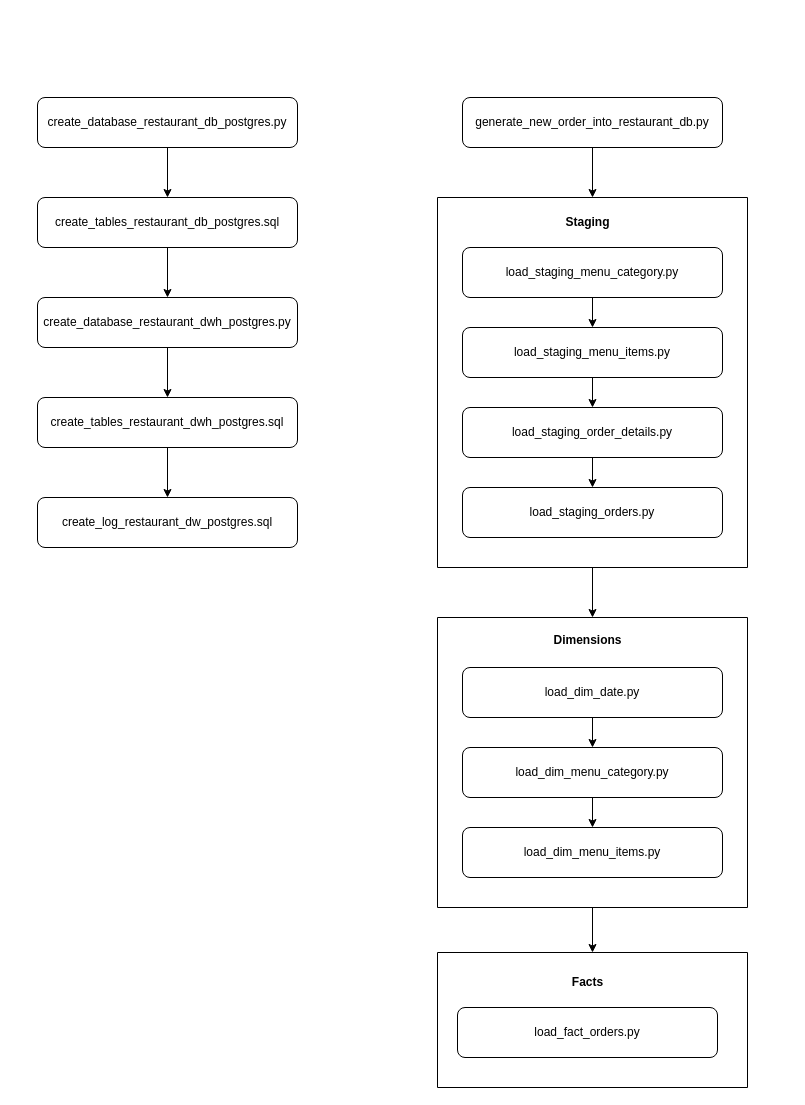
The draw.io diagram Flow_v1.drawio in rviktoria/restaurant-dwh, before the edit. Source tidied: cells renumbered, new cells numbered last; positions are measured from the earlier drawing's top-left corner, leaving out a move shared by most shapes. Both pictures are drawn from the tidied source at 100%, with x=0, y=0 at pixel (37, 97).
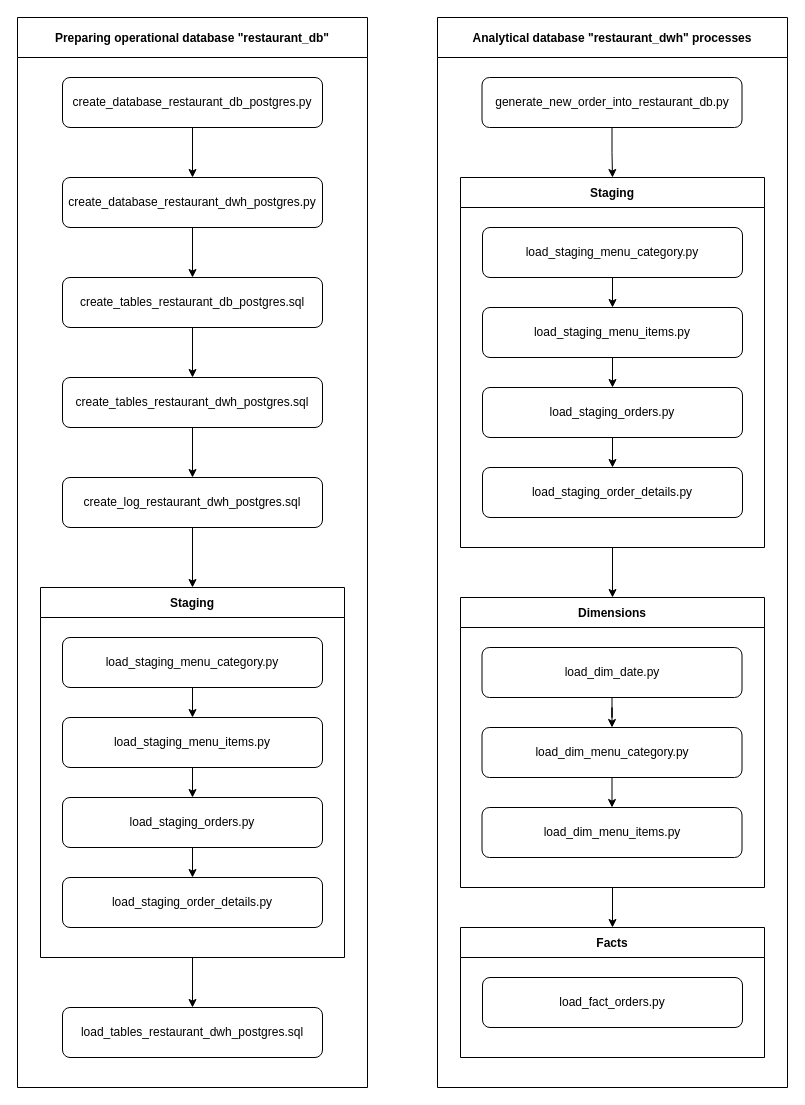
The same diagram, later.

What changed in the source:
```diff
@@
-    <mxCell id="2" style="edgeStyle=orthogonalEdgeStyle;rounded=0;jettySize=auto;html=1;entryX=0.5;entryY=0;entryDx=0;entryDy=0;" parent="1" edge="1" source="3" target="14">
-      <mxGeometry relative="1" as="geometry" />
-    </mxCell>
+    <mxCell id="34" value="Preparing operational database &quot;restaurant_db&quot;" style="swimlane;startSize=40;" parent="1" vertex="1">
+      <mxGeometry x="-20" y="-80" width="350" height="1070" as="geometry" />
+    </mxCell>
+    <mxCell id="35" style="edgeStyle=orthogonalEdgeStyle;rounded=0;jettySize=auto;html=1;entryX=0.5;entryY=0;entryDx=0;entryDy=0;" parent="34" edge="1" source="5" target="7">
+      <mxGeometry relative="1" as="geometry" />
+    </mxCell>
+    <mxCell id="5" value="create_database_restaurant_db_postgres.py" style="rounded=1;whiteSpace=wrap;html=1;" parent="34" vertex="1">
+      <mxGeometry x="45" y="60" width="260" height="50" as="geometry" />
+    </mxCell>
+    <mxCell id="36" style="edgeStyle=orthogonalEdgeStyle;rounded=0;jettySize=auto;html=1;" parent="34" edge="1" source="9" target="11">
+      <mxGeometry relative="1" as="geometry" />
+    </mxCell>
+    <mxCell id="9" value="create_tables_restaurant_db_postgres.sql" style="rounded=1;whiteSpace=wrap;html=1;" parent="34" vertex="1">
+      <mxGeometry x="45" y="260" width="260" height="50" as="geometry" />
+    </mxCell>
+    <mxCell id="37" style="edgeStyle=orthogonalEdgeStyle;rounded=0;jettySize=auto;html=1;" parent="34" edge="1" source="7" target="9">
+      <mxGeometry relative="1" as="geometry" />
+    </mxCell>
+    <mxCell id="7" value="create_database_restaurant_dwh_postgres.py" style="rounded=1;whiteSpace=wrap;html=1;" parent="34" vertex="1">
+      <mxGeometry x="45" y="160" width="260" height="50" as="geometry" />
+    </mxCell>
+    <mxCell id="38" style="edgeStyle=orthogonalEdgeStyle;rounded=0;jettySize=auto;html=1;entryX=0.5;entryY=0;entryDx=0;entryDy=0;" parent="34" edge="1" source="11" target="40">
+      <mxGeometry relative="1" as="geometry" />
+    </mxCell>
+    <mxCell id="11" value="create_tables_restaurant_dwh_postgres.sql" style="rounded=1;whiteSpace=wrap;html=1;" parent="34" vertex="1">
+      <mxGeometry x="45" y="360" width="260" height="50" as="geometry" />
+    </mxCell>
+    <mxCell id="39" style="edgeStyle=orthogonalEdgeStyle;rounded=0;jettySize=auto;html=1;entryX=0.5;entryY=0;entryDx=0;entryDy=0;" parent="34" edge="1" source="40" target="43">
+      <mxGeometry relative="1" as="geometry" />
+    </mxCell>
+    <mxCell id="40" value="create_log_restaurant_dwh_postgres.sql" style="rounded=1;whiteSpace=wrap;html=1;" parent="34" vertex="1">
+      <mxGeometry x="45" y="460" width="260" height="50" as="geometry" />
+    </mxCell>
+    <mxCell id="41" value="load_tables_restaurant_dwh_postgres.sql" style="rounded=1;whiteSpace=wrap;html=1;" parent="34" vertex="1">
+      <mxGeometry x="45" y="990" width="260" height="50" as="geometry" />
+    </mxCell>
+    <mxCell id="42" style="edgeStyle=orthogonalEdgeStyle;rounded=0;jettySize=auto;html=1;entryX=0.5;entryY=0;entryDx=0;entryDy=0;" parent="34" edge="1" source="43" target="41">
+      <mxGeometry relative="1" as="geometry" />
+    </mxCell>
+    <mxCell id="43" value="Staging" style="swimlane;startSize=30;" parent="34" vertex="1">
+      <mxGeometry x="23" y="570" width="304" height="370" as="geometry" />
+    </mxCell>
+    <mxCell id="44" style="edgeStyle=orthogonalEdgeStyle;rounded=0;jettySize=auto;html=1;entryX=0.5;entryY=0;entryDx=0;entryDy=0;" parent="43" edge="1" source="45" target="47">
+      <mxGeometry relative="1" as="geometry" />
+    </mxCell>
+    <mxCell id="45" value="load_staging_menu_category.py" style="rounded=1;whiteSpace=wrap;html=1;" parent="43" vertex="1">
+      <mxGeometry x="22" y="50" width="260" height="50" as="geometry" />
+    </mxCell>
+    <mxCell id="46" style="edgeStyle=orthogonalEdgeStyle;rounded=0;jettySize=auto;html=1;exitX=0.5;exitY=1;exitDx=0;exitDy=0;entryX=0.5;entryY=0;entryDx=0;entryDy=0;" parent="43" edge="1" source="47" target="49">
+      <mxGeometry relative="1" as="geometry" />
+    </mxCell>
+    <mxCell id="47" value="load_staging_menu_items.py" style="rounded=1;whiteSpace=wrap;html=1;" parent="43" vertex="1">
+      <mxGeometry x="22" y="130" width="260" height="50" as="geometry" />
+    </mxCell>
+    <mxCell id="48" style="edgeStyle=orthogonalEdgeStyle;rounded=0;jettySize=auto;html=1;exitX=0.5;exitY=1;exitDx=0;exitDy=0;entryX=0.5;entryY=0;entryDx=0;entryDy=0;" parent="43" edge="1" source="49" target="50">
+      <mxGeometry relative="1" as="geometry" />
+    </mxCell>
+    <mxCell id="49" value="load_staging_order&lt;span style=&quot;background-color: initial;&quot;&gt;s.py&lt;/span&gt;" style="rounded=1;whiteSpace=wrap;html=1;" parent="43" vertex="1">
+      <mxGeometry x="22" y="210" width="260" height="50" as="geometry" />
+    </mxCell>
+    <mxCell id="50" value="load_staging_order_details.py" style="rounded=1;whiteSpace=wrap;html=1;" parent="43" vertex="1">
+      <mxGeometry x="22" y="290" width="260" height="50" as="geometry" />
+    </mxCell>
+    <mxCell id="51" value="Analytical database &quot;restaurant_dwh&quot; processes" style="swimlane;startSize=40;" parent="1" vertex="1">
+      <mxGeometry x="400" y="-80" width="350" height="1070" as="geometry" />
+    </mxCell>
+    <mxCell id="52" style="edgeStyle=orthogonalEdgeStyle;rounded=0;jettySize=auto;html=1;entryX=0.5;entryY=0;entryDx=0;entryDy=0;" parent="51" edge="1" source="3" target="54">
+      <mxGeometry relative="1" as="geometry" />
+    </mxCell>
-    <mxCell id="3" value="generate_new_order_into_restaurant_db.py" style="rounded=1;whiteSpace=wrap;html=1;" parent="1" vertex="1">
-      <mxGeometry x="425" width="260" height="50" as="geometry" />
+    <mxCell id="3" value="generate_new_order_into_restaurant_db.py" style="rounded=1;whiteSpace=wrap;html=1;" parent="51" vertex="1">
+      <mxGeometry x="44.5" y="60" width="260" height="50" as="geometry" />
     </mxCell>
-    <mxCell id="4" style="edgeStyle=orthogonalEdgeStyle;rounded=0;jettySize=auto;html=1;entryX=0.5;entryY=0;entryDx=0;entryDy=0;" parent="1" edge="1" source="5" target="9">
-      <mxGeometry relative="1" as="geometry" />
-    </mxCell>
-    <mxCell id="5" value="create_database_restaurant_db_postgres.py" style="rounded=1;whiteSpace=wrap;html=1;" parent="1" vertex="1">
-      <mxGeometry width="260" height="50" as="geometry" />
-    </mxCell>
-    <mxCell id="6" style="edgeStyle=orthogonalEdgeStyle;rounded=0;jettySize=auto;html=1;" parent="1" edge="1" source="7" target="11">
-      <mxGeometry relative="1" as="geometry" />
-    </mxCell>
-    <mxCell id="7" value="create_database_restaurant_dwh_postgres.py" style="rounded=1;whiteSpace=wrap;html=1;" parent="1" vertex="1">
-      <mxGeometry y="200" width="260" height="50" as="geometry" />
-    </mxCell>
-    <mxCell id="8" style="edgeStyle=orthogonalEdgeStyle;rounded=0;jettySize=auto;html=1;" parent="1" edge="1" source="9" target="7">
-      <mxGeometry relative="1" as="geometry" />
-    </mxCell>
-    <mxCell id="9" value="create_tables_restaurant_db_postgres.sql" style="rounded=1;whiteSpace=wrap;html=1;" parent="1" vertex="1">
-      <mxGeometry y="100" width="260" height="50" as="geometry" />
-    </mxCell>
-    <mxCell id="10" style="edgeStyle=orthogonalEdgeStyle;rounded=0;jettySize=auto;html=1;entryX=0.5;entryY=0;entryDx=0;entryDy=0;" parent="1" edge="1" source="11" target="12">
-      <mxGeometry relative="1" as="geometry" />
-    </mxCell>
-    <mxCell id="11" value="create_tables_restaurant_dwh_postgres.sql" style="rounded=1;whiteSpace=wrap;html=1;" parent="1" vertex="1">
-      <mxGeometry y="300" width="260" height="50" as="geometry" />
-    </mxCell>
-    <mxCell id="12" value="create_log_restaurant_dw_postgres.sql" style="rounded=1;whiteSpace=wrap;html=1;" parent="1" vertex="1">
-      <mxGeometry y="400" width="260" height="50" as="geometry" />
-    </mxCell>
-    <mxCell id="13" style="edgeStyle=orthogonalEdgeStyle;rounded=0;jettySize=auto;html=1;exitX=0.5;exitY=1;exitDx=0;exitDy=0;entryX=0.5;entryY=0;entryDx=0;entryDy=0;" parent="1" edge="1" source="14" target="24">
-      <mxGeometry relative="1" as="geometry" />
-    </mxCell>
-    <mxCell id="14" style="swimlane;startSize=0;" parent="1" vertex="1">
-      <mxGeometry x="400" y="100" width="310" height="370" as="geometry" />
-    </mxCell>
-    <mxCell id="15" value="&lt;b&gt;Staging&lt;/b&gt;" style="text;html=1;align=center;verticalAlign=middle;strokeColor=none;fillColor=none;" parent="14" vertex="1">
-      <mxGeometry x="115" y="10" width="70" height="30" as="geometry" />
-    </mxCell>
-    <mxCell id="16" style="edgeStyle=orthogonalEdgeStyle;rounded=0;jettySize=auto;html=1;entryX=0.5;entryY=0;entryDx=0;entryDy=0;" parent="14" edge="1" source="17" target="19">
-      <mxGeometry relative="1" as="geometry" />
-    </mxCell>
-    <mxCell id="17" value="load_staging_menu_category.py" style="rounded=1;whiteSpace=wrap;html=1;" parent="14" vertex="1">
-      <mxGeometry x="25" y="50" width="260" height="50" as="geometry" />
-    </mxCell>
-    <mxCell id="18" style="edgeStyle=orthogonalEdgeStyle;rounded=0;jettySize=auto;html=1;exitX=0.5;exitY=1;exitDx=0;exitDy=0;entryX=0.5;entryY=0;entryDx=0;entryDy=0;" parent="14" edge="1" source="19" target="21">
-      <mxGeometry relative="1" as="geometry" />
-    </mxCell>
-    <mxCell id="19" value="load_staging_menu_items.py" style="rounded=1;whiteSpace=wrap;html=1;" parent="14" vertex="1">
-      <mxGeometry x="25" y="130" width="260" height="50" as="geometry" />
-    </mxCell>
-    <mxCell id="20" style="edgeStyle=orthogonalEdgeStyle;rounded=0;jettySize=auto;html=1;exitX=0.5;exitY=1;exitDx=0;exitDy=0;entryX=0.5;entryY=0;entryDx=0;entryDy=0;" parent="14" edge="1" source="21" target="22">
-      <mxGeometry relative="1" as="geometry" />
-    </mxCell>
-    <mxCell id="21" value="load_staging_order_details.py" style="rounded=1;whiteSpace=wrap;html=1;" parent="14" vertex="1">
-      <mxGeometry x="25" y="210" width="260" height="50" as="geometry" />
-    </mxCell>
-    <mxCell id="22" value="load_staging_orders.py" style="rounded=1;whiteSpace=wrap;html=1;" parent="14" vertex="1">
-      <mxGeometry x="25" y="290" width="260" height="50" as="geometry" />
-    </mxCell>
-    <mxCell id="23" style="edgeStyle=orthogonalEdgeStyle;rounded=0;jettySize=auto;html=1;entryX=0.5;entryY=0;entryDx=0;entryDy=0;" parent="1" edge="1" source="24" target="31">
-      <mxGeometry relative="1" as="geometry" />
-    </mxCell>
-    <mxCell id="24" style="swimlane;startSize=0;" parent="1" vertex="1">
-      <mxGeometry x="400" y="520" width="310" height="290" as="geometry" />
-    </mxCell>
+    <mxCell id="53" style="edgeStyle=orthogonalEdgeStyle;rounded=0;jettySize=auto;html=1;entryX=0.5;entryY=0;entryDx=0;entryDy=0;" parent="51" edge="1" source="54" target="30">
+      <mxGeometry relative="1" as="geometry" />
+    </mxCell>
+    <mxCell id="54" value="Staging" style="swimlane;startSize=30;" parent="51" vertex="1">
+      <mxGeometry x="23" y="160" width="304" height="370" as="geometry" />
+    </mxCell>
+    <mxCell id="55" style="edgeStyle=orthogonalEdgeStyle;rounded=0;jettySize=auto;html=1;entryX=0.5;entryY=0;entryDx=0;entryDy=0;" parent="54" edge="1" source="56" target="58">
+      <mxGeometry relative="1" as="geometry" />
+    </mxCell>
+    <mxCell id="56" value="load_staging_menu_category.py" style="rounded=1;whiteSpace=wrap;html=1;" parent="54" vertex="1">
+      <mxGeometry x="22" y="50" width="260" height="50" as="geometry" />
+    </mxCell>
+    <mxCell id="57" style="edgeStyle=orthogonalEdgeStyle;rounded=0;jettySize=auto;html=1;exitX=0.5;exitY=1;exitDx=0;exitDy=0;entryX=0.5;entryY=0;entryDx=0;entryDy=0;" parent="54" edge="1" source="58" target="60">
+      <mxGeometry relative="1" as="geometry" />
+    </mxCell>
+    <mxCell id="58" value="load_staging_menu_items.py" style="rounded=1;whiteSpace=wrap;html=1;" parent="54" vertex="1">
+      <mxGeometry x="22" y="130" width="260" height="50" as="geometry" />
+    </mxCell>
+    <mxCell id="59" style="edgeStyle=orthogonalEdgeStyle;rounded=0;jettySize=auto;html=1;exitX=0.5;exitY=1;exitDx=0;exitDy=0;entryX=0.5;entryY=0;entryDx=0;entryDy=0;" parent="54" edge="1" source="60" target="61">
+      <mxGeometry relative="1" as="geometry" />
+    </mxCell>
+    <mxCell id="60" value="load_staging_order&lt;span style=&quot;background-color: initial;&quot;&gt;s.py&lt;/span&gt;" style="rounded=1;whiteSpace=wrap;html=1;" parent="54" vertex="1">
+      <mxGeometry x="22" y="210" width="260" height="50" as="geometry" />
+    </mxCell>
+    <mxCell id="61" value="load_staging_order_details.py" style="rounded=1;whiteSpace=wrap;html=1;" parent="54" vertex="1">
+      <mxGeometry x="22" y="290" width="260" height="50" as="geometry" />
+    </mxCell>
+    <mxCell id="62" style="edgeStyle=orthogonalEdgeStyle;rounded=0;jettySize=auto;html=1;entryX=0.5;entryY=0;entryDx=0;entryDy=0;" parent="51" edge="1" source="30" target="32">
+      <mxGeometry relative="1" as="geometry" />
+    </mxCell>
+    <mxCell id="30" value="Dimensions" style="swimlane;startSize=30;" parent="51" vertex="1">
+      <mxGeometry x="23" y="580" width="304" height="290" as="geometry" />
+    </mxCell>
-    <mxCell id="25" value="load_dim_menu_items.py" style="rounded=1;whiteSpace=wrap;html=1;" parent="24" vertex="1">
-      <mxGeometry x="25" y="210" width="260" height="50" as="geometry" />
+    <mxCell id="25" value="load_dim_menu_items.py" style="rounded=1;whiteSpace=wrap;html=1;" parent="30" vertex="1">
+      <mxGeometry x="21.5" y="210" width="260" height="50" as="geometry" />
     </mxCell>
-    <mxCell id="26" style="edgeStyle=orthogonalEdgeStyle;rounded=0;jettySize=auto;html=1;exitX=0.5;exitY=1;exitDx=0;exitDy=0;entryX=0.5;entryY=0;entryDx=0;entryDy=0;" parent="24" edge="1" source="27" target="25">
+    <mxCell id="26" style="edgeStyle=orthogonalEdgeStyle;rounded=0;jettySize=auto;html=1;exitX=0.5;exitY=1;exitDx=0;exitDy=0;entryX=0.5;entryY=0;entryDx=0;entryDy=0;" parent="30" edge="1" source="27" target="25">
       <mxGeometry relative="1" as="geometry" />
     </mxCell>
-    <mxCell id="27" value="load_dim_menu_category.py" style="rounded=1;whiteSpace=wrap;html=1;" parent="24" vertex="1">
-      <mxGeometry x="25" y="130" width="260" height="50" as="geometry" />
+    <mxCell id="27" value="load_dim_menu_category.py" style="rounded=1;whiteSpace=wrap;html=1;" parent="30" vertex="1">
+      <mxGeometry x="21.5" y="130" width="260" height="50" as="geometry" />
     </mxCell>
-    <mxCell id="28" style="edgeStyle=orthogonalEdgeStyle;rounded=0;jettySize=auto;html=1;entryX=0.5;entryY=0;entryDx=0;entryDy=0;" parent="24" edge="1" source="29" target="27">
+    <mxCell id="28" style="edgeStyle=orthogonalEdgeStyle;rounded=0;jettySize=auto;html=1;entryX=0.5;entryY=0;entryDx=0;entryDy=0;" parent="30" edge="1" source="29" target="27">
       <mxGeometry relative="1" as="geometry" />
     </mxCell>
-    <mxCell id="29" value="load_dim_date.py" style="rounded=1;whiteSpace=wrap;html=1;" parent="24" vertex="1">
-      <mxGeometry x="25" y="50" width="260" height="50" as="geometry" />
+    <mxCell id="29" value="load_dim_date.py" style="rounded=1;whiteSpace=wrap;html=1;" parent="30" vertex="1">
+      <mxGeometry x="21.5" y="50" width="260" height="50" as="geometry" />
     </mxCell>
-    <mxCell id="30" value="Dimensions" style="text;html=1;align=center;verticalAlign=middle;points=[];strokeColor=none;fillColor=none;fontStyle=1;" parent="24" vertex="1">
-      <mxGeometry x="105" y="8" width="90" height="30" as="geometry" />
-    </mxCell>
-    <mxCell id="31" style="swimlane;startSize=0;" parent="1" vertex="1">
-      <mxGeometry x="400" y="855" width="310" height="135" as="geometry" />
-    </mxCell>
-    <mxCell id="32" value="Facts" style="text;html=1;align=center;verticalAlign=middle;points=[];strokeColor=none;fillColor=none;fontStyle=1;" parent="31" vertex="1">
-      <mxGeometry x="125" y="15" width="50" height="30" as="geometry" />
+    <mxCell id="32" value="Facts" style="swimlane;startSize=30;" parent="51" vertex="1">
+      <mxGeometry x="23" y="910" width="304" height="130" as="geometry" />
     </mxCell>
-    <mxCell id="33" value="load_fact_orders.py" style="rounded=1;whiteSpace=wrap;html=1;" parent="31" vertex="1">
-      <mxGeometry x="20" y="55" width="260" height="50" as="geometry" />
+    <mxCell id="33" value="load_fact_orders.py" style="rounded=1;whiteSpace=wrap;html=1;" parent="32" vertex="1">
+      <mxGeometry x="22" y="50" width="260" height="50" as="geometry" />
     </mxCell>
```
